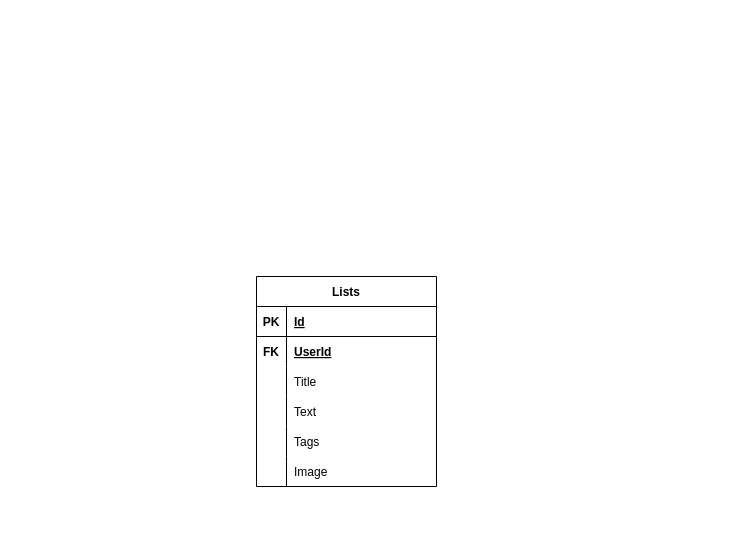
The draw.io diagram scheme.drawio in JorikDura/Laravel-Test, before the edit. Source tidied: cells renumbered, new cells numbered last; positions are measured from the earlier drawing's top-left corner, leaving out a move shared by most shapes. Both pictures are drawn from the tidied source at 100%, with x=0, y=0 at pixel (256, 276).
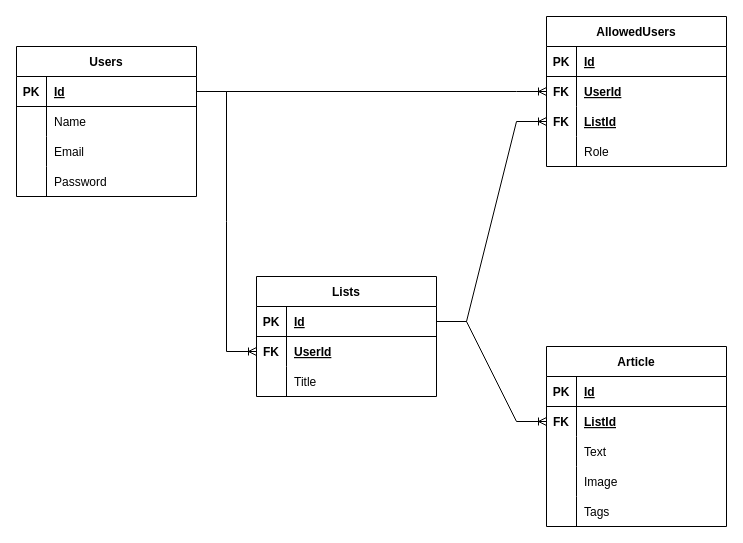
Above is the later version.

The change refers to these unchanged cells:
```xml
<mxCell id="3" style="shape=tableRow;horizontal=0;startSize=0;swimlaneHead=0;swimlaneBody=0;fillColor=none;points=[[0,0.5],[1,0.5]];portConstraint=eastwest;top=0;left=0;right=0;bottom=1;" parent="2" vertex="1">
  <mxGeometry y="30" width="180" height="30" as="geometry" />
</mxCell>
<mxCell id="6" style="shape=tableRow;horizontal=0;startSize=0;swimlaneHead=0;swimlaneBody=0;fillColor=none;points=[[0,0.5],[1,0.5]];portConstraint=eastwest;top=0;left=0;right=0;bottom=0;" parent="2" vertex="1">
  <mxGeometry y="60" width="180" height="30" as="geometry" />
</mxCell>
```

Change to the diagram source:
```diff
@@
     <mxCell id="2" value="Lists" style="shape=table;startSize=30;childLayout=tableLayout;rowLines=0;fontStyle=1;align=center;" parent="1" vertex="1">
-      <mxGeometry width="180" height="210" as="geometry" />
+      <mxGeometry width="180" height="120" as="geometry" />
     </mxCell>
@@
-    <mxCell id="12" style="shape=tableRow;horizontal=0;startSize=0;swimlaneHead=0;swimlaneBody=0;fillColor=none;top=0;left=0;right=0;bottom=0;" parent="2" vertex="1">
-      <mxGeometry y="120" width="180" height="30" as="geometry" />
-    </mxCell>
-    <mxCell id="13" style="shape=partialRectangle;fillColor=none;top=0;left=0;bottom=0;right=0;overflow=hidden;" parent="12" vertex="1">
-      <mxGeometry width="30" height="30" as="geometry" />
-    </mxCell>
+    <mxCell id="21" value="AllowedUsers" style="shape=table;startSize=30;childLayout=tableLayout;rowLines=0;fontStyle=1;align=center;" parent="1" vertex="1">
+      <mxGeometry x="290" y="-260" width="180" height="150" as="geometry" />
+    </mxCell>
+    <mxCell id="22" style="shape=tableRow;horizontal=0;startSize=0;swimlaneHead=0;swimlaneBody=0;fillColor=none;top=0;left=0;right=0;bottom=1;" parent="21" vertex="1">
+      <mxGeometry y="30" width="180" height="30" as="geometry" />
+    </mxCell>
+    <mxCell id="23" value="PK" style="shape=partialRectangle;fillColor=none;top=0;left=0;bottom=0;right=0;fontStyle=1;overflow=hidden;" parent="22" vertex="1">
+      <mxGeometry width="30" height="30" as="geometry" />
+    </mxCell>
+    <mxCell id="24" value="Id" style="shape=partialRectangle;fillColor=none;top=0;left=0;bottom=0;right=0;align=left;spacingLeft=6;fontStyle=5;overflow=hidden;" parent="22" vertex="1">
+      <mxGeometry x="30" width="150" height="30" as="geometry" />
+    </mxCell>
+    <mxCell id="25" style="shape=tableRow;horizontal=0;startSize=0;swimlaneHead=0;swimlaneBody=0;fillColor=none;points=[[0,0.5],[1,0.5]];portConstraint=eastwest;top=0;left=0;right=0;bottom=0;" parent="21" vertex="1">
+      <mxGeometry y="60" width="180" height="30" as="geometry" />
+    </mxCell>
+    <mxCell id="26" value="FK" style="shape=partialRectangle;fillColor=none;top=0;left=0;bottom=0;right=0;overflow=hidden;fontStyle=1;" parent="25" vertex="1">
+      <mxGeometry width="30" height="30" as="geometry" />
+    </mxCell>
+    <mxCell id="27" value="UserId" style="shape=partialRectangle;fillColor=none;top=0;left=0;bottom=0;right=0;align=left;spacingLeft=6;overflow=hidden;fontStyle=5;" parent="25" vertex="1">
+      <mxGeometry x="30" width="150" height="30" as="geometry" />
+    </mxCell>
+    <mxCell id="28" style="shape=tableRow;horizontal=0;startSize=0;swimlaneHead=0;swimlaneBody=0;fillColor=none;points=[[0,0.5],[1,0.5]];portConstraint=eastwest;top=0;left=0;right=0;bottom=0;" parent="21" vertex="1">
+      <mxGeometry y="90" width="180" height="30" as="geometry" />
+    </mxCell>
+    <mxCell id="29" value="FK" style="shape=partialRectangle;fillColor=none;top=0;left=0;bottom=0;right=0;fontStyle=1;overflow=hidden;" parent="28" vertex="1">
+      <mxGeometry width="30" height="30" as="geometry" />
+    </mxCell>
+    <mxCell id="30" value="ListId" style="shape=partialRectangle;fillColor=none;top=0;left=0;bottom=0;right=0;align=left;spacingLeft=6;fontStyle=5;overflow=hidden;" parent="28" vertex="1">
+      <mxGeometry x="30" width="150" height="30" as="geometry" />
+    </mxCell>
+    <mxCell id="31" style="shape=tableRow;horizontal=0;startSize=0;swimlaneHead=0;swimlaneBody=0;fillColor=none;top=0;left=0;right=0;bottom=0;" parent="21" vertex="1">
+      <mxGeometry y="120" width="180" height="30" as="geometry" />
+    </mxCell>
+    <mxCell id="32" style="shape=partialRectangle;fillColor=none;top=0;left=0;bottom=0;right=0;overflow=hidden;" parent="31" vertex="1">
+      <mxGeometry width="30" height="30" as="geometry" />
+    </mxCell>
+    <mxCell id="33" value="Role" style="shape=partialRectangle;fillColor=none;top=0;left=0;bottom=0;right=0;align=left;spacingLeft=6;overflow=hidden;" parent="31" vertex="1">
+      <mxGeometry x="30" width="150" height="30" as="geometry" />
+    </mxCell>
+    <mxCell id="34" value="Users" style="shape=table;startSize=30;childLayout=tableLayout;rowLines=0;fontStyle=1;align=center;" parent="1" vertex="1">
+      <mxGeometry x="-240" y="-230" width="180" height="150" as="geometry" />
+    </mxCell>
+    <mxCell id="35" style="shape=tableRow;horizontal=0;startSize=0;swimlaneHead=0;swimlaneBody=0;fillColor=none;points=[[0,0.5],[1,0.5]];portConstraint=eastwest;top=0;left=0;right=0;bottom=1;" parent="34" vertex="1">
+      <mxGeometry y="30" width="180" height="30" as="geometry" />
+    </mxCell>
+    <mxCell id="36" value="PK" style="shape=partialRectangle;fillColor=none;top=0;left=0;bottom=0;right=0;fontStyle=1;overflow=hidden;" parent="35" vertex="1">
+      <mxGeometry width="30" height="30" as="geometry" />
+    </mxCell>
+    <mxCell id="37" value="Id" style="shape=partialRectangle;fillColor=none;top=0;left=0;bottom=0;right=0;align=left;spacingLeft=6;fontStyle=5;overflow=hidden;" parent="35" vertex="1">
+      <mxGeometry x="30" width="150" height="30" as="geometry" />
+    </mxCell>
+    <mxCell id="38" style="shape=tableRow;horizontal=0;startSize=0;swimlaneHead=0;swimlaneBody=0;fillColor=none;top=0;left=0;right=0;bottom=0;" parent="34" vertex="1">
+      <mxGeometry y="60" width="180" height="30" as="geometry" />
+    </mxCell>
+    <mxCell id="39" style="shape=partialRectangle;fillColor=none;top=0;left=0;bottom=0;right=0;overflow=hidden;" parent="38" vertex="1">
+      <mxGeometry width="30" height="30" as="geometry" />
+    </mxCell>
+    <mxCell id="40" value="Name" style="shape=partialRectangle;fillColor=none;top=0;left=0;bottom=0;right=0;align=left;spacingLeft=6;overflow=hidden;" parent="38" vertex="1">
+      <mxGeometry x="30" width="150" height="30" as="geometry" />
+    </mxCell>
+    <mxCell id="41" style="shape=tableRow;horizontal=0;startSize=0;swimlaneHead=0;swimlaneBody=0;fillColor=none;top=0;left=0;right=0;bottom=0;" parent="34" vertex="1">
+      <mxGeometry y="90" width="180" height="30" as="geometry" />
+    </mxCell>
+    <mxCell id="42" style="shape=partialRectangle;fillColor=none;top=0;left=0;bottom=0;right=0;overflow=hidden;" parent="41" vertex="1">
+      <mxGeometry width="30" height="30" as="geometry" />
+    </mxCell>
+    <mxCell id="43" value="Email" style="shape=partialRectangle;fillColor=none;top=0;left=0;bottom=0;right=0;align=left;spacingLeft=6;overflow=hidden;" parent="41" vertex="1">
+      <mxGeometry x="30" width="150" height="30" as="geometry" />
+    </mxCell>
+    <mxCell id="44" style="shape=tableRow;horizontal=0;startSize=0;swimlaneHead=0;swimlaneBody=0;fillColor=none;top=0;left=0;right=0;bottom=0;" parent="34" vertex="1">
+      <mxGeometry y="120" width="180" height="30" as="geometry" />
+    </mxCell>
+    <mxCell id="45" style="shape=partialRectangle;fillColor=none;top=0;left=0;bottom=0;right=0;overflow=hidden;" parent="44" vertex="1">
+      <mxGeometry width="30" height="30" as="geometry" />
+    </mxCell>
+    <mxCell id="46" value="Password" style="shape=partialRectangle;fillColor=none;top=0;left=0;bottom=0;right=0;align=left;spacingLeft=6;overflow=hidden;" parent="44" vertex="1">
+      <mxGeometry x="30" width="150" height="30" as="geometry" />
+    </mxCell>
+    <mxCell id="47" style="edgeStyle=entityRelationEdgeStyle;fontSize=12;html=1;endArrow=ERoneToMany;rounded=0;exitX=1;exitY=0.5;exitDx=0;exitDy=0;entryX=0;entryY=0.5;entryDx=0;entryDy=0;" parent="1" edge="1" source="35" target="25">
+      <mxGeometry relative="1" as="geometry" />
+    </mxCell>
+    <mxCell id="48" style="edgeStyle=entityRelationEdgeStyle;fontSize=12;html=1;endArrow=ERoneToMany;rounded=0;exitX=1;exitY=0.5;exitDx=0;exitDy=0;entryX=0;entryY=0.5;entryDx=0;entryDy=0;" parent="1" edge="1" source="35" target="6">
+      <mxGeometry relative="1" as="geometry" />
+    </mxCell>
+    <mxCell id="49" style="edgeStyle=entityRelationEdgeStyle;fontSize=12;html=1;endArrow=ERoneToMany;rounded=0;exitX=1;exitY=0.5;exitDx=0;exitDy=0;entryX=0;entryY=0.5;entryDx=0;entryDy=0;" parent="1" edge="1" source="3" target="28">
+      <mxGeometry relative="1" as="geometry" />
+    </mxCell>
+    <mxCell id="50" value="Article" style="shape=table;startSize=30;childLayout=tableLayout;rowLines=0;fontStyle=1;align=center;" parent="1" vertex="1">
+      <mxGeometry x="290" y="70" width="180" height="180" as="geometry" />
+    </mxCell>
+    <mxCell id="51" style="shape=tableRow;horizontal=0;startSize=0;swimlaneHead=0;swimlaneBody=0;fillColor=none;top=0;left=0;right=0;bottom=1;" parent="50" vertex="1">
+      <mxGeometry y="30" width="180" height="30" as="geometry" />
+    </mxCell>
+    <mxCell id="52" value="PK" style="shape=partialRectangle;fillColor=none;top=0;left=0;bottom=0;right=0;fontStyle=1;overflow=hidden;" parent="51" vertex="1">
+      <mxGeometry width="30" height="30" as="geometry" />
+    </mxCell>
+    <mxCell id="53" value="Id" style="shape=partialRectangle;fillColor=none;top=0;left=0;bottom=0;right=0;align=left;spacingLeft=6;fontStyle=5;overflow=hidden;" parent="51" vertex="1">
+      <mxGeometry x="30" width="150" height="30" as="geometry" />
+    </mxCell>
+    <mxCell id="54" style="shape=tableRow;horizontal=0;startSize=0;swimlaneHead=0;swimlaneBody=0;fillColor=none;points=[[0,0.5],[1,0.5]];portConstraint=eastwest;top=0;left=0;right=0;bottom=0;" parent="50" vertex="1">
+      <mxGeometry y="60" width="180" height="30" as="geometry" />
+    </mxCell>
+    <mxCell id="55" value="FK" style="shape=partialRectangle;fillColor=none;top=0;left=0;bottom=0;right=0;overflow=hidden;fontStyle=1;" parent="54" vertex="1">
+      <mxGeometry width="30" height="30" as="geometry" />
+    </mxCell>
+    <mxCell id="56" value="ListId" style="shape=partialRectangle;fillColor=none;top=0;left=0;bottom=0;right=0;align=left;spacingLeft=6;overflow=hidden;fontStyle=5;" parent="54" vertex="1">
+      <mxGeometry x="30" width="150" height="30" as="geometry" />
+    </mxCell>
+    <mxCell id="57" style="shape=tableRow;horizontal=0;startSize=0;swimlaneHead=0;swimlaneBody=0;fillColor=none;top=0;left=0;right=0;bottom=0;" parent="50" vertex="1">
+      <mxGeometry y="90" width="180" height="30" as="geometry" />
+    </mxCell>
+    <mxCell id="58" style="shape=partialRectangle;fillColor=none;top=0;left=0;bottom=0;right=0;overflow=hidden;" parent="57" vertex="1">
+      <mxGeometry width="30" height="30" as="geometry" />
+    </mxCell>
-    <mxCell id="14" value="Text" style="shape=partialRectangle;fillColor=none;top=0;left=0;bottom=0;right=0;align=left;spacingLeft=6;overflow=hidden;" parent="12" vertex="1">
+    <mxCell id="14" value="Text" style="shape=partialRectangle;fillColor=none;top=0;left=0;bottom=0;right=0;align=left;spacingLeft=6;overflow=hidden;" parent="57" vertex="1">
       <mxGeometry x="30" width="150" height="30" as="geometry" />
     </mxCell>
+    <mxCell id="59" style="shape=tableRow;horizontal=0;startSize=0;swimlaneHead=0;swimlaneBody=0;fillColor=none;top=0;left=0;right=0;bottom=0;" parent="50" vertex="1">
+      <mxGeometry y="120" width="180" height="30" as="geometry" />
+    </mxCell>
+    <mxCell id="60" style="shape=partialRectangle;fillColor=none;top=0;left=0;bottom=0;right=0;overflow=hidden;" parent="59" vertex="1">
+      <mxGeometry width="30" height="30" as="geometry" />
+    </mxCell>
+    <mxCell id="20" value="Image" style="shape=partialRectangle;fillColor=none;top=0;left=0;bottom=0;right=0;align=left;spacingLeft=6;overflow=hidden;" parent="59" vertex="1">
+      <mxGeometry x="30" width="150" height="30" as="geometry" />
+    </mxCell>
-    <mxCell id="15" style="shape=tableRow;horizontal=0;startSize=0;swimlaneHead=0;swimlaneBody=0;fillColor=none;top=0;left=0;right=0;bottom=0;" parent="2" vertex="1">
+    <mxCell id="15" style="shape=tableRow;horizontal=0;startSize=0;swimlaneHead=0;swimlaneBody=0;fillColor=none;top=0;left=0;right=0;bottom=0;" parent="50" vertex="1">
       <mxGeometry y="150" width="180" height="30" as="geometry" />
     </mxCell>
-    <mxCell id="16" style="shape=partialRectangle;fillColor=none;top=0;left=0;bottom=0;right=0;overflow=hidden;" parent="15" vertex="1">
-      <mxGeometry width="30" height="30" as="geometry" />
-    </mxCell>
+    <mxCell id="61" style="shape=partialRectangle;fillColor=none;top=0;left=0;bottom=0;right=0;overflow=hidden;" parent="15" vertex="1">
+      <mxGeometry width="30" height="30" as="geometry" />
+    </mxCell>
@@
-    <mxCell id="18" style="shape=tableRow;horizontal=0;startSize=0;swimlaneHead=0;swimlaneBody=0;fillColor=none;top=0;left=0;right=0;bottom=0;" parent="2" vertex="1">
-      <mxGeometry y="180" width="180" height="30" as="geometry" />
-    </mxCell>
-    <mxCell id="19" style="shape=partialRectangle;fillColor=none;top=0;left=0;bottom=0;right=0;overflow=hidden;" parent="18" vertex="1">
-      <mxGeometry width="30" height="30" as="geometry" />
-    </mxCell>
-    <mxCell id="20" value="Image" style="shape=partialRectangle;fillColor=none;top=0;left=0;bottom=0;right=0;align=left;spacingLeft=6;overflow=hidden;" parent="18" vertex="1">
-      <mxGeometry x="30" width="150" height="30" as="geometry" />
-    </mxCell>
+    <mxCell id="62" style="edgeStyle=entityRelationEdgeStyle;fontSize=12;html=1;endArrow=ERoneToMany;rounded=0;exitX=1;exitY=0.5;exitDx=0;exitDy=0;entryX=0;entryY=0.5;entryDx=0;entryDy=0;" parent="1" edge="1" source="3" target="54">
+      <mxGeometry relative="1" as="geometry" />
+    </mxCell>
```
